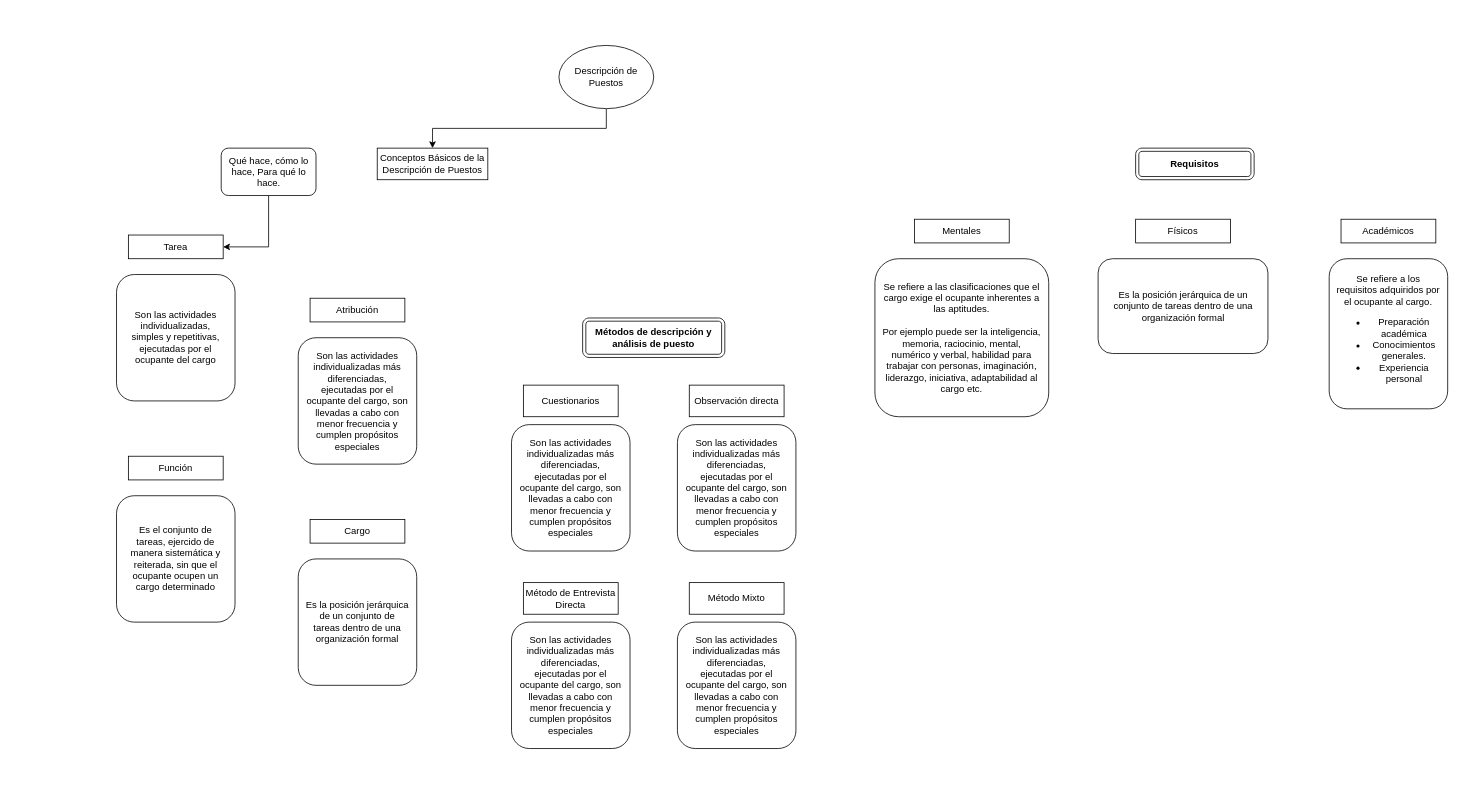
Above: Descripción de puestos.drawio in IV4NTMR/IvanTonatiuhMartinezRamirez (draw.io), before the change. Source tidied: cells renumbered, new cells numbered last; positions are measured from the earlier drawing's top-left corner, leaving out a move shared by most shapes. Both pictures are drawn from the tidied source at 79%, with x=0, y=0 at pixel (116, 45).
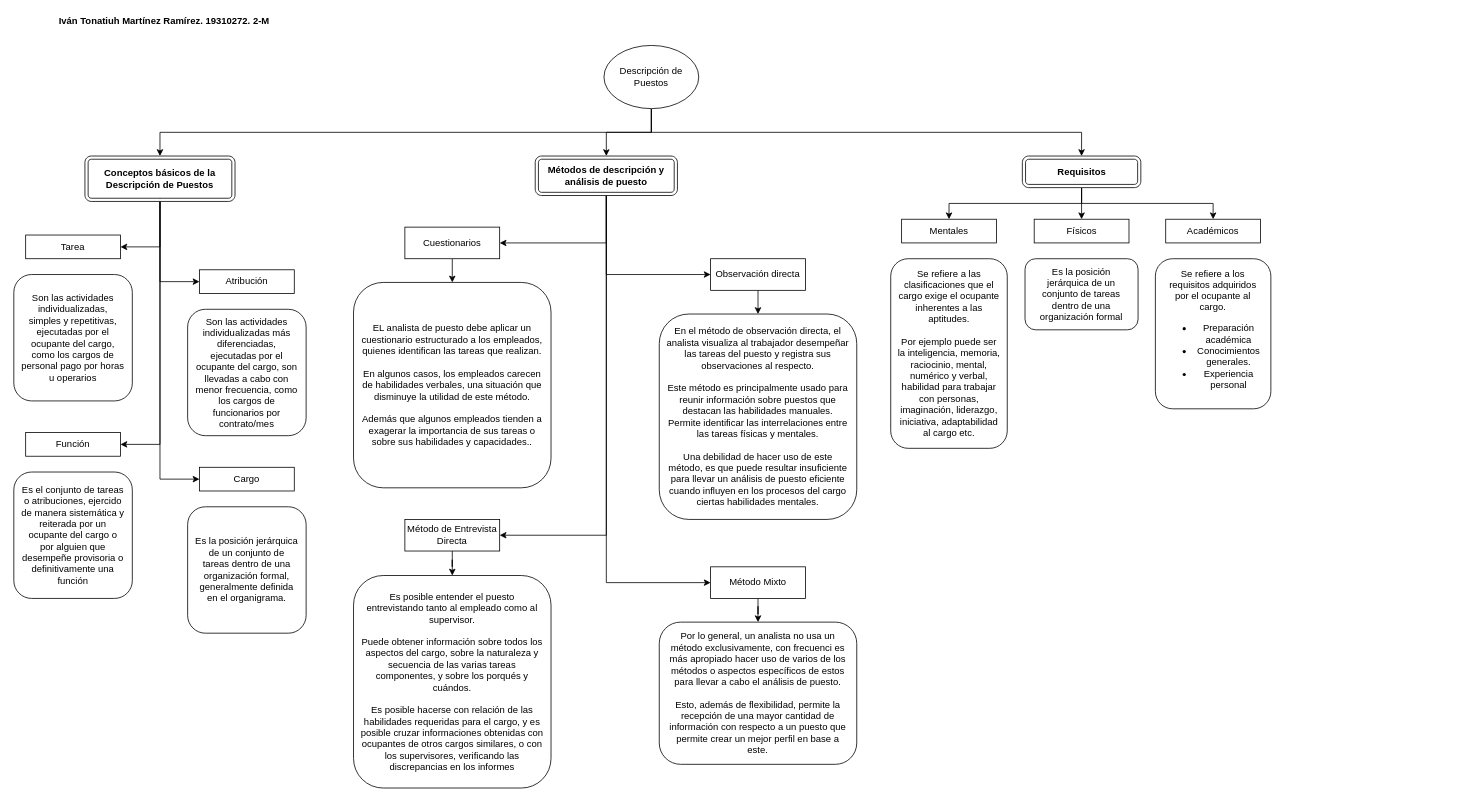
The same diagram, later.

Diff of the diagram source:
```diff
@@
-    <mxCell id="2" style="edgeStyle=orthogonalEdgeStyle;rounded=0;jettySize=auto;html=1;exitX=0.5;exitY=1;exitDx=0;exitDy=0;" parent="1" edge="1" source="3" target="4">
-      <mxGeometry relative="1" as="geometry" />
-    </mxCell>
+    <mxCell id="31" style="edgeStyle=orthogonalEdgeStyle;rounded=0;jettySize=auto;html=1;exitX=0.5;exitY=1;exitDx=0;exitDy=0;" parent="1" edge="1" source="3" target="49">
+      <mxGeometry relative="1" as="geometry" />
+    </mxCell>
+    <mxCell id="32" style="edgeStyle=orthogonalEdgeStyle;rounded=0;jettySize=auto;html=1;exitX=0.5;exitY=1;exitDx=0;exitDy=0;" parent="1" edge="1" source="3" target="22">
+      <mxGeometry relative="1" as="geometry" />
+    </mxCell>
+    <mxCell id="33" style="edgeStyle=orthogonalEdgeStyle;rounded=0;jettySize=auto;html=1;exitX=0.5;exitY=1;exitDx=0;exitDy=0;" parent="1" edge="1" source="3" target="15">
+      <mxGeometry relative="1" as="geometry" />
+    </mxCell>
     <mxCell id="3" value="Descripción de Puestos" style="ellipse;whiteSpace=wrap;html=1;" parent="1" vertex="1">
-      <mxGeometry x="560" width="120" height="80" as="geometry" />
+      <mxGeometry x="617" width="120" height="80" as="geometry" />
     </mxCell>
-    <mxCell id="4" value="Conceptos Básicos de la Descripción de Puestos" style="rounded=0;whiteSpace=wrap;html=1;" parent="1" vertex="1">
-      <mxGeometry x="330" y="130" width="140" height="40" as="geometry" />
-    </mxCell>
     <mxCell id="5" value="Tarea" style="rounded=0;whiteSpace=wrap;html=1;" parent="1" vertex="1">
-      <mxGeometry x="15" y="240" width="120" height="30" as="geometry" />
+      <mxGeometry x="-115" y="240" width="120" height="30" as="geometry" />
     </mxCell>
     <mxCell id="6" value="Atribución" style="rounded=0;whiteSpace=wrap;html=1;" parent="1" vertex="1">
-      <mxGeometry x="245" y="320" width="120" height="30" as="geometry" />
+      <mxGeometry x="105" y="284" width="120" height="30" as="geometry" />
     </mxCell>
-    <mxCell id="7" value="Son las actividades individualizadas, simples y repetitivas, ejecutadas por el ocupante del cargo" style="rounded=1;whiteSpace=wrap;html=1;spacing=10;" parent="1" vertex="1">
-      <mxGeometry y="290" width="150" height="160" as="geometry" />
+    <mxCell id="7" value="Son las actividades individualizadas, simples y repetitivas, ejecutadas por el ocupante del cargo, como los cargos de personal pago por horas u operarios" style="rounded=1;whiteSpace=wrap;html=1;spacing=10;" parent="1" vertex="1">
+      <mxGeometry x="-130" y="290" width="150" height="160" as="geometry" />
     </mxCell>
-    <mxCell id="8" value="Son las actividades individualizadas más diferenciadas, ejecutadas por el ocupante del cargo, son llevadas a cabo con menor frecuencia y cumplen propósitos especiales" style="rounded=1;whiteSpace=wrap;html=1;spacing=10;" parent="1" vertex="1">
-      <mxGeometry x="230" y="370" width="150" height="160" as="geometry" />
+    <mxCell id="8" value="Son las actividades individualizadas más diferenciadas, ejecutadas por el ocupante del cargo, son llevadas a cabo con menor frecuencia, como los cargos de funcionarios por contrato/mes" style="rounded=1;whiteSpace=wrap;html=1;spacing=10;" parent="1" vertex="1">
+      <mxGeometry x="90" y="334" width="150" height="160" as="geometry" />
     </mxCell>
     <mxCell id="9" value="Cargo" style="rounded=0;whiteSpace=wrap;html=1;" parent="1" vertex="1">
-      <mxGeometry x="245" y="600" width="120" height="30" as="geometry" />
+      <mxGeometry x="105" y="534" width="120" height="30" as="geometry" />
     </mxCell>
     <mxCell id="10" value="Función" style="rounded=0;whiteSpace=wrap;html=1;" parent="1" vertex="1">
-      <mxGeometry x="15" y="520" width="120" height="30" as="geometry" />
+      <mxGeometry x="-115" y="490" width="120" height="30" as="geometry" />
     </mxCell>
-    <mxCell id="11" value="Es el conjunto de tareas, ejercido de manera sistemática y reiterada, sin que el ocupante ocupen un cargo determinado" style="rounded=1;whiteSpace=wrap;html=1;spacing=10;" parent="1" vertex="1">
-      <mxGeometry y="570" width="150" height="160" as="geometry" />
+    <mxCell id="11" value="Es el conjunto de tareas o atribuciones, ejercido de manera sistemática y reiterada por un ocupante del cargo o por alguien que desempeñe provisoria o definitivamente una función" style="rounded=1;whiteSpace=wrap;html=1;spacing=10;" parent="1" vertex="1">
+      <mxGeometry x="-130" y="540" width="150" height="160" as="geometry" />
     </mxCell>
-    <mxCell id="12" value="Es la posición jerárquica de un conjunto de tareas dentro de una organización formal" style="rounded=1;whiteSpace=wrap;html=1;spacing=10;" parent="1" vertex="1">
-      <mxGeometry x="230" y="650" width="150" height="160" as="geometry" />
+    <mxCell id="12" value="Es la posición jerárquica de un conjunto de tareas dentro de una organización formal, generalmente definida en el organigrama." style="rounded=1;whiteSpace=wrap;html=1;spacing=10;" parent="1" vertex="1">
+      <mxGeometry x="90" y="584" width="150" height="160" as="geometry" />
     </mxCell>
-    <mxCell id="13" style="edgeStyle=orthogonalEdgeStyle;rounded=0;jettySize=auto;html=1;exitX=0.5;exitY=1;exitDx=0;exitDy=0;entryX=1;entryY=0.5;entryDx=0;entryDy=0;" parent="1" edge="1" source="14" target="5">
-      <mxGeometry relative="1" as="geometry" />
-    </mxCell>
-    <mxCell id="14" value="Qué hace, cómo lo hace, Para qué lo hace." style="rounded=1;whiteSpace=wrap;html=1;" parent="1" vertex="1">
-      <mxGeometry x="132.5" y="130" width="120" height="60" as="geometry" />
-    </mxCell>
+    <mxCell id="34" style="edgeStyle=orthogonalEdgeStyle;rounded=0;jettySize=auto;html=1;exitX=0.5;exitY=1;exitDx=0;exitDy=0;exitPerimeter=0;" parent="1" edge="1" source="15" target="16">
+      <mxGeometry relative="1" as="geometry" />
+    </mxCell>
+    <mxCell id="35" style="edgeStyle=orthogonalEdgeStyle;rounded=0;jettySize=auto;html=1;exitX=0.5;exitY=1;exitDx=0;exitDy=0;exitPerimeter=0;entryX=0.5;entryY=0;entryDx=0;entryDy=0;" parent="1" edge="1" source="15" target="20">
+      <mxGeometry relative="1" as="geometry" />
+    </mxCell>
+    <mxCell id="36" style="edgeStyle=orthogonalEdgeStyle;rounded=0;jettySize=auto;html=1;exitX=0.5;exitY=1;exitDx=0;exitDy=0;exitPerimeter=0;" parent="1" edge="1" source="15" target="18">
+      <mxGeometry relative="1" as="geometry" />
+    </mxCell>
     <mxCell id="15" value="&lt;b&gt;Requisitos&lt;/b&gt;" style="verticalLabelPosition=center;verticalAlign=middle;html=1;shape=mxgraph.basic.rounded_frame;dx=4.06;align=center;horizontal=1;textDirection=ltr;whiteSpace=wrap;" parent="1" vertex="1">
-      <mxGeometry x="1290" y="130" width="150" height="40" as="geometry" />
+      <mxGeometry x="1146.6" y="140" width="150" height="40" as="geometry" />
     </mxCell>
     <mxCell id="16" value="Mentales" style="rounded=0;whiteSpace=wrap;html=1;" parent="1" vertex="1">
-      <mxGeometry x="1010" y="220" width="120" height="30" as="geometry" />
+      <mxGeometry x="993.8" y="220" width="120" height="30" as="geometry" />
     </mxCell>
     <mxCell id="17" value="Se refiere a las clasificaciones que el cargo exige el ocupante inherentes a las aptitudes.&lt;br&gt;&lt;br&gt;Por ejemplo puede ser la inteligencia, memoria, raciocinio, mental, numérico y verbal, habilidad para trabajar con personas, imaginación, liderazgo, iniciativa, adaptabilidad al cargo etc." style="rounded=1;whiteSpace=wrap;html=1;spacing=10;" parent="1" vertex="1">
-      <mxGeometry x="960" y="270" width="220" height="200" as="geometry" />
+      <mxGeometry x="980" y="270" width="147.5" height="240" as="geometry" />
     </mxCell>
     <mxCell id="18" value="Físicos" style="rounded=0;whiteSpace=wrap;html=1;" parent="1" vertex="1">
-      <mxGeometry x="1290" y="220" width="120" height="30" as="geometry" />
+      <mxGeometry x="1161.6" y="220" width="120" height="30" as="geometry" />
     </mxCell>
     <mxCell id="19" value="Es la posición jerárquica de un conjunto de tareas dentro de una organización formal" style="rounded=1;whiteSpace=wrap;html=1;spacing=10;" parent="1" vertex="1">
-      <mxGeometry x="1242.5" y="270" width="215" height="120" as="geometry" />
+      <mxGeometry x="1150" y="270" width="143.1" height="90" as="geometry" />
     </mxCell>
     <mxCell id="20" value="Académicos" style="rounded=0;whiteSpace=wrap;html=1;" parent="1" vertex="1">
-      <mxGeometry x="1550" y="220" width="120" height="30" as="geometry" />
+      <mxGeometry x="1328.1" y="220" width="120" height="30" as="geometry" />
     </mxCell>
     <mxCell id="21" value="Se refiere a los requisitos adquiridos por el ocupante al cargo.&lt;br&gt;&lt;ul&gt;&lt;li&gt;Preparación académica&lt;/li&gt;&lt;li&gt;Conocimientos generales.&lt;/li&gt;&lt;li&gt;Experiencia personal&lt;/li&gt;&lt;/ul&gt;" style="rounded=1;whiteSpace=wrap;html=1;spacing=10;" parent="1" vertex="1">
-      <mxGeometry x="1535" y="270" width="150" height="190" as="geometry" />
+      <mxGeometry x="1315" y="270" width="146.2" height="190" as="geometry" />
     </mxCell>
+    <mxCell id="37" style="edgeStyle=orthogonalEdgeStyle;rounded=0;jettySize=auto;html=1;exitX=0.5;exitY=1;exitDx=0;exitDy=0;exitPerimeter=0;entryX=1;entryY=0.5;entryDx=0;entryDy=0;" parent="1" edge="1" source="22" target="23">
+      <mxGeometry relative="1" as="geometry" />
+    </mxCell>
+    <mxCell id="38" style="edgeStyle=orthogonalEdgeStyle;rounded=0;jettySize=auto;html=1;exitX=0.5;exitY=1;exitDx=0;exitDy=0;exitPerimeter=0;entryX=1;entryY=0.5;entryDx=0;entryDy=0;" parent="1" edge="1" source="22" target="27">
+      <mxGeometry relative="1" as="geometry" />
+    </mxCell>
+    <mxCell id="39" style="edgeStyle=orthogonalEdgeStyle;rounded=0;jettySize=auto;html=1;exitX=0.5;exitY=1;exitDx=0;exitDy=0;exitPerimeter=0;entryX=0;entryY=0.5;entryDx=0;entryDy=0;" parent="1" edge="1" source="22" target="25">
+      <mxGeometry relative="1" as="geometry" />
+    </mxCell>
+    <mxCell id="40" style="edgeStyle=orthogonalEdgeStyle;rounded=0;jettySize=auto;html=1;exitX=0.5;exitY=1;exitDx=0;exitDy=0;exitPerimeter=0;entryX=0;entryY=0.5;entryDx=0;entryDy=0;" parent="1" edge="1" source="22" target="29">
+      <mxGeometry relative="1" as="geometry" />
+    </mxCell>
     <mxCell id="22" value="&lt;b&gt;Métodos de descripción y análisis de puesto&lt;/b&gt;" style="verticalLabelPosition=center;verticalAlign=middle;html=1;shape=mxgraph.basic.rounded_frame;dx=4.06;align=center;horizontal=1;textDirection=ltr;whiteSpace=wrap;" parent="1" vertex="1">
-      <mxGeometry x="590" y="345" width="180" height="50" as="geometry" />
+      <mxGeometry x="530" y="140" width="180" height="50" as="geometry" />
     </mxCell>
+    <mxCell id="41" style="edgeStyle=orthogonalEdgeStyle;rounded=0;jettySize=auto;html=1;exitX=0.5;exitY=1;exitDx=0;exitDy=0;entryX=0.5;entryY=0;entryDx=0;entryDy=0;" parent="1" edge="1" source="23" target="24">
+      <mxGeometry relative="1" as="geometry" />
+    </mxCell>
     <mxCell id="23" value="Cuestionarios" style="rounded=0;whiteSpace=wrap;html=1;" parent="1" vertex="1">
-      <mxGeometry x="515" y="430" width="120" height="40" as="geometry" />
+      <mxGeometry x="365" y="230" width="120" height="40" as="geometry" />
     </mxCell>
-    <mxCell id="24" value="Son las actividades individualizadas más diferenciadas, ejecutadas por el ocupante del cargo, son llevadas a cabo con menor frecuencia y cumplen propósitos especiales" style="rounded=1;whiteSpace=wrap;html=1;spacing=10;" parent="1" vertex="1">
-      <mxGeometry x="500" y="480" width="150" height="160" as="geometry" />
+    <mxCell id="24" value="EL analista de puesto debe aplicar un cuestionario estructurado a los empleados, quienes identifican las tareas que realizan.&lt;br&gt;&lt;br&gt;En algunos casos, los empleados carecen de habilidades verbales, una situación que disminuye la utilidad de este método.&lt;br&gt;&lt;br&gt;Además que algunos empleados tienden a exagerar la importancia de sus tareas o sobre sus habilidades y capacidades.." style="rounded=1;whiteSpace=wrap;html=1;spacing=10;" parent="1" vertex="1">
+      <mxGeometry x="300" y="300" width="250" height="260" as="geometry" />
     </mxCell>
+    <mxCell id="42" style="edgeStyle=orthogonalEdgeStyle;rounded=0;jettySize=auto;html=1;exitX=0.5;exitY=1;exitDx=0;exitDy=0;entryX=0.5;entryY=0;entryDx=0;entryDy=0;" parent="1" edge="1" source="25" target="26">
+      <mxGeometry relative="1" as="geometry" />
+    </mxCell>
     <mxCell id="25" value="Observación directa" style="rounded=0;whiteSpace=wrap;html=1;" parent="1" vertex="1">
-      <mxGeometry x="725" y="430" width="120" height="40" as="geometry" />
+      <mxGeometry x="752" y="270" width="120" height="40" as="geometry" />
     </mxCell>
-    <mxCell id="26" value="Son las actividades individualizadas más diferenciadas, ejecutadas por el ocupante del cargo, son llevadas a cabo con menor frecuencia y cumplen propósitos especiales" style="rounded=1;whiteSpace=wrap;html=1;spacing=10;" parent="1" vertex="1">
-      <mxGeometry x="710" y="480" width="150" height="160" as="geometry" />
+    <mxCell id="26" value="En el método de observación directa, el analista visualiza al trabajador desempeñar las tareas del puesto y registra sus observaciones al respecto. &lt;br&gt;&lt;br&gt;Este método es principalmente usado para reunir información sobre puestos que destacan las habilidades manuales. Permite identificar las interrelaciones entre las tareas físicas y mentales.&lt;br&gt;&lt;br&gt;Una debilidad de hacer uso de este método, es que puede resultar insuficiente para llevar un análisis de puesto eficiente cuando influyen en los procesos del cargo ciertas habilidades mentales." style="rounded=1;whiteSpace=wrap;html=1;spacing=10;" parent="1" vertex="1">
+      <mxGeometry x="687" y="340" width="250" height="260" as="geometry" />
     </mxCell>
+    <mxCell id="43" style="edgeStyle=orthogonalEdgeStyle;rounded=0;jettySize=auto;html=1;exitX=0.5;exitY=1;exitDx=0;exitDy=0;" parent="1" edge="1" source="27" target="28">
+      <mxGeometry relative="1" as="geometry" />
+    </mxCell>
     <mxCell id="27" value="Método de Entrevista Directa" style="rounded=0;whiteSpace=wrap;html=1;" parent="1" vertex="1">
-      <mxGeometry x="515" y="680" width="120" height="40" as="geometry" />
+      <mxGeometry x="365" y="600" width="120" height="40" as="geometry" />
     </mxCell>
-    <mxCell id="28" value="Son las actividades individualizadas más diferenciadas, ejecutadas por el ocupante del cargo, son llevadas a cabo con menor frecuencia y cumplen propósitos especiales" style="rounded=1;whiteSpace=wrap;html=1;spacing=10;" parent="1" vertex="1">
-      <mxGeometry x="500" y="730" width="150" height="160" as="geometry" />
+    <mxCell id="28" value="Es posible entender el puesto entrevistando tanto al empleado como al supervisor.&lt;br&gt;&lt;br&gt;Puede obtener información sobre todos los aspectos del cargo, sobre la naturaleza y secuencia de las varias tareas componentes, y sobre los porqués y cuándos.&lt;br&gt;&lt;br&gt;Es posible hacerse con relación de las habilidades requeridas para el cargo, y es posible cruzar informaciones obtenidas con ocupantes de otros cargos similares, o con los supervisores, verificando las discrepancias en los informes" style="rounded=1;whiteSpace=wrap;html=1;spacing=10;" parent="1" vertex="1">
+      <mxGeometry x="300" y="671" width="250" height="269" as="geometry" />
     </mxCell>
+    <mxCell id="44" style="edgeStyle=orthogonalEdgeStyle;rounded=0;jettySize=auto;html=1;" parent="1" edge="1" source="29" target="30">
+      <mxGeometry relative="1" as="geometry" />
+    </mxCell>
     <mxCell id="29" value="Método Mixto" style="rounded=0;whiteSpace=wrap;html=1;" parent="1" vertex="1">
-      <mxGeometry x="725" y="680" width="120" height="40" as="geometry" />
+      <mxGeometry x="752" y="660" width="120" height="40" as="geometry" />
     </mxCell>
-    <mxCell id="30" value="Son las actividades individualizadas más diferenciadas, ejecutadas por el ocupante del cargo, son llevadas a cabo con menor frecuencia y cumplen propósitos especiales" style="rounded=1;whiteSpace=wrap;html=1;spacing=10;" parent="1" vertex="1">
-      <mxGeometry x="710" y="730" width="150" height="160" as="geometry" />
+    <mxCell id="30" value="Por lo general, un analista no usa un método exclusivamente, con frecuenci es más apropiado hacer uso de varios de los métodos o aspectos específicos de estos para llevar a cabo el análisis de puesto.&lt;br&gt;&lt;br&gt;Esto, además de flexibilidad, permite la recepción de una mayor cantidad de información con respecto a un puesto que permite crear un mejor perfil en base a este." style="rounded=1;whiteSpace=wrap;html=1;spacing=10;" parent="1" vertex="1">
+      <mxGeometry x="687" y="730" width="250" height="180" as="geometry" />
     </mxCell>
+    <mxCell id="45" style="edgeStyle=orthogonalEdgeStyle;rounded=0;jettySize=auto;html=1;exitX=0.5;exitY=1;exitDx=0;exitDy=-4.06;exitPerimeter=0;entryX=1;entryY=0.5;entryDx=0;entryDy=0;" parent="1" edge="1" source="49" target="5">
+      <mxGeometry relative="1" as="geometry" />
+    </mxCell>
+    <mxCell id="46" style="edgeStyle=orthogonalEdgeStyle;rounded=0;jettySize=auto;html=1;exitX=0.5;exitY=1;exitDx=0;exitDy=0;exitPerimeter=0;entryX=0;entryY=0.5;entryDx=0;entryDy=0;" parent="1" edge="1" source="49" target="6">
+      <mxGeometry relative="1" as="geometry" />
+    </mxCell>
+    <mxCell id="47" style="edgeStyle=orthogonalEdgeStyle;rounded=0;jettySize=auto;html=1;exitX=0.5;exitY=1;exitDx=0;exitDy=-4.06;exitPerimeter=0;entryX=1;entryY=0.5;entryDx=0;entryDy=0;" parent="1" edge="1" source="49" target="10">
+      <mxGeometry relative="1" as="geometry" />
+    </mxCell>
+    <mxCell id="48" style="edgeStyle=orthogonalEdgeStyle;rounded=0;jettySize=auto;html=1;exitX=0.5;exitY=1;exitDx=0;exitDy=-4.06;exitPerimeter=0;entryX=0;entryY=0.5;entryDx=0;entryDy=0;" parent="1" edge="1" source="49" target="9">
+      <mxGeometry relative="1" as="geometry" />
+    </mxCell>
+    <mxCell id="49" value="&lt;b&gt;Conceptos básicos de la Descripción de Puestos&lt;/b&gt;" style="verticalLabelPosition=center;verticalAlign=middle;html=1;shape=mxgraph.basic.rounded_frame;dx=4.06;align=center;horizontal=1;textDirection=ltr;whiteSpace=wrap;" parent="1" vertex="1">
+      <mxGeometry x="-40" y="140" width="190" height="57.5" as="geometry" />
+    </mxCell>
+    <mxCell id="50" value="&lt;b&gt;Iván Tonatiuh Martínez Ramírez. 19310272. 2-M&lt;/b&gt;" style="text;html=1;align=center;verticalAlign=middle;" parent="1" vertex="1">
+      <mxGeometry x="-80" y="-40" width="280" height="20" as="geometry" />
+    </mxCell>
```
